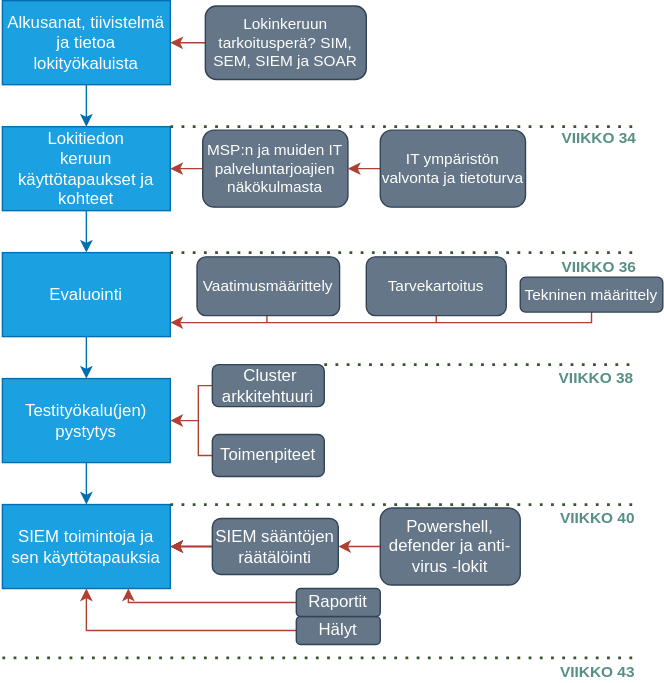
hirsmaki/oppari keeps this draw.io diagram as oppari_scope.svg. Above is the earlier version. Source tidied: cells renumbered, new cells last; positions are measured from the earlier drawing's top-left corner, leaving out a move shared by most shapes.
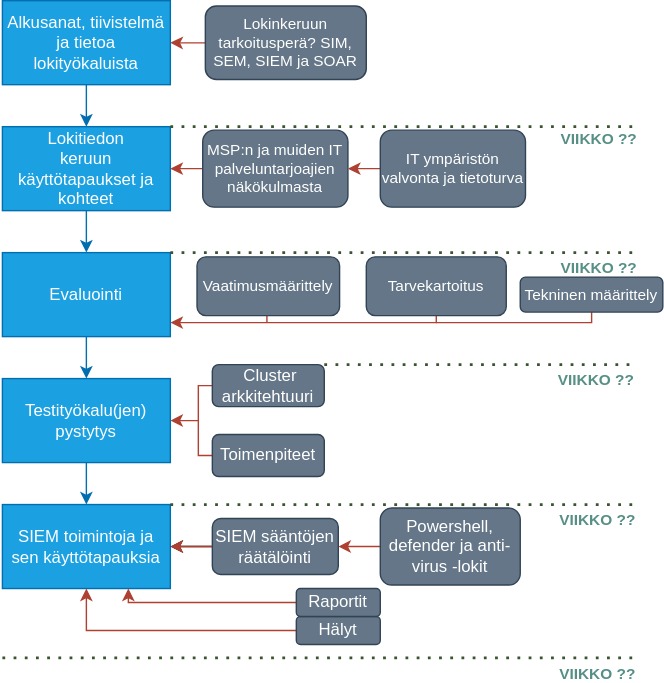
The same file after the commit.

Diff of the diagram source:
```diff
@@ -107,7 +107,7 @@
         <mxPoint x="450" y="180" as="targetPoint" />
       </mxGeometry>
     </mxCell>
-    <mxCell id="29" value="VIIKKO 36" style="edgeLabel;html=1;align=center;verticalAlign=middle;fontStyle=1;labelBackgroundColor=none;fontColor=#568F85;" parent="28" vertex="1">
+    <mxCell id="29" value="VIIKKO ??" style="edgeLabel;html=1;align=center;verticalAlign=middle;fontStyle=1;labelBackgroundColor=none;fontColor=#568F85;" parent="28" vertex="1">
       <mxGeometry x="0.78" y="-3" relative="1" as="geometry">
         <mxPoint x="12" y="7" as="offset" />
       </mxGeometry>
@@ -120,7 +120,7 @@
         </Array>
       </mxGeometry>
     </mxCell>
-    <mxCell id="31" value="VIIKKO 38" style="edgeLabel;html=1;align=center;verticalAlign=middle;fontStyle=1;labelBackgroundColor=none;fontColor=#568F85;" parent="30" vertex="1">
+    <mxCell id="31" value="VIIKKO ??" style="edgeLabel;html=1;align=center;verticalAlign=middle;fontStyle=1;labelBackgroundColor=none;fontColor=#568F85;" parent="30" vertex="1">
       <mxGeometry x="0.78" y="-3" relative="1" as="geometry">
         <mxPoint x="-2" y="7" as="offset" />
       </mxGeometry>
@@ -131,7 +131,7 @@
         <mxPoint x="450" y="90" as="targetPoint" />
       </mxGeometry>
     </mxCell>
-    <mxCell id="33" value="VIIKKO 34" style="edgeLabel;html=1;align=center;verticalAlign=middle;fontStyle=1;labelBackgroundColor=none;fontColor=#568F85;" parent="32" vertex="1">
+    <mxCell id="33" value="VIIKKO ??" style="edgeLabel;html=1;align=center;verticalAlign=middle;fontStyle=1;labelBackgroundColor=none;fontColor=#568F85;" parent="32" vertex="1">
       <mxGeometry x="0.78" y="-3" relative="1" as="geometry">
         <mxPoint x="12" y="5" as="offset" />
       </mxGeometry>
@@ -141,7 +141,7 @@
         <mxPoint x="450" y="360" as="targetPoint" />
       </mxGeometry>
     </mxCell>
-    <mxCell id="35" value="VIIKKO 40" style="edgeLabel;html=1;align=center;verticalAlign=middle;fontStyle=1;labelBackgroundColor=none;fontColor=#568F85;" parent="1" vertex="1">
+    <mxCell id="35" value="VIIKKO ??" style="edgeLabel;html=1;align=center;verticalAlign=middle;fontStyle=1;labelBackgroundColor=none;fontColor=#568F85;" parent="1" vertex="1">
       <mxGeometry x="425" y="370" as="geometry" />
     </mxCell>
     <mxCell id="36" style="endArrow=none;dashed=1;html=1;dashPattern=1 3;strokeWidth=2;fillColor=#6d8764;strokeColor=#3A5431;" parent="1" edge="1">
@@ -150,7 +150,7 @@
         <mxPoint x="450" y="469.5" as="targetPoint" />
       </mxGeometry>
     </mxCell>
-    <mxCell id="37" value="VIIKKO 43" style="edgeLabel;html=1;align=center;verticalAlign=middle;fontStyle=1;labelBackgroundColor=none;fontColor=#568F85;" parent="1" vertex="1">
+    <mxCell id="37" value="VIIKKO ??" style="edgeLabel;html=1;align=center;verticalAlign=middle;fontStyle=1;labelBackgroundColor=none;fontColor=#568F85;" parent="1" vertex="1">
       <mxGeometry x="425" y="480" as="geometry" />
     </mxCell>
     <mxCell id="38" style="edgeStyle=orthogonalEdgeStyle;rounded=0;jettySize=auto;html=1;endArrow=classic;endFill=1;strokeColor=#ae4132;entryX=1;entryY=0.5;entryDx=0;entryDy=0;fillColor=#fad9d5;" parent="1" edge="1" source="39" target="23">
```
